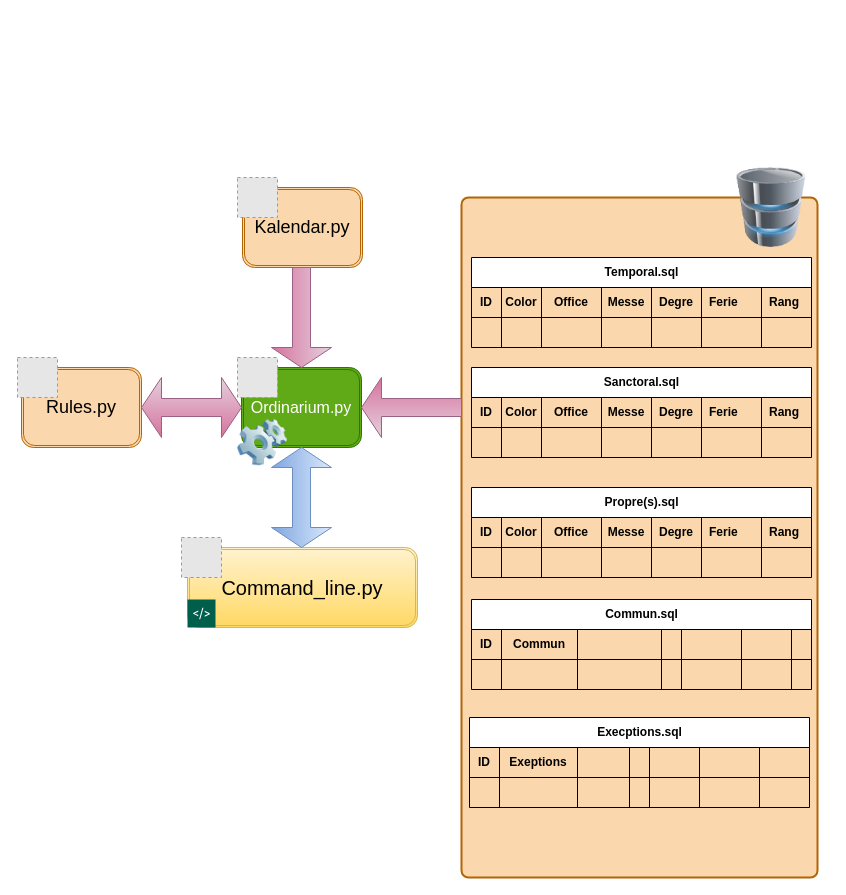
The draw.io diagram diagramme.drawio in Eclouf/OrdoRomanum, before the edit. Source tidied: cells renumbered, new cells numbered last; positions are measured from the earlier drawing's top-left corner, leaving out a move shared by most shapes. Both pictures are drawn from the tidied source at 100%, with x=0, y=0 at pixel (17, 167). Pictures stored in the file or linked from it are replaced by grey dashed boxes.
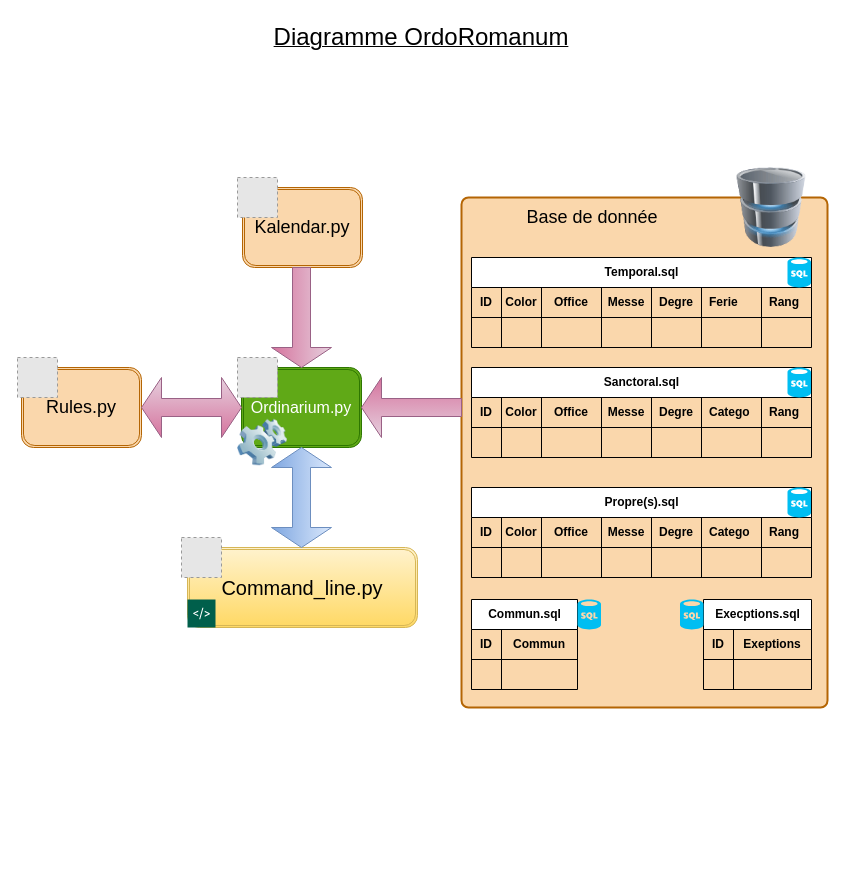
After the change.

The change refers to these unchanged cells:
```xml
<mxCell id="21" style="shape=tableRow;horizontal=0;startSize=0;swimlaneHead=0;swimlaneBody=0;fillColor=none;top=0;left=0;right=0;bottom=1;" parent="20" vertex="1">
  <mxGeometry y="30" width="340" height="30" as="geometry" />
</mxCell>
<mxCell id="38" style="shape=tableRow;horizontal=0;startSize=0;swimlaneHead=0;swimlaneBody=0;fillColor=none;top=0;left=0;right=0;bottom=1;" parent="37" vertex="1">
  <mxGeometry y="30" width="340" height="30" as="geometry" />
</mxCell>
```

What changed in the source:
```diff
@@
     <mxCell id="2" style="rounded=1;whiteSpace=wrap;html=1;absoluteArcSize=1;arcSize=14;strokeWidth=2;fillColor=#fad7ac;strokeColor=#b46504;" parent="1" vertex="1">
-      <mxGeometry x="444" y="30" width="356" height="680" as="geometry" />
+      <mxGeometry x="444" y="30" width="366" height="510" as="geometry" />
     </mxCell>
@@
-    <mxCell id="27" value="Ferie" style="shape=partialRectangle;fillColor=none;top=0;left=0;bottom=0;right=0;align=left;spacingLeft=6;fontStyle=1;overflow=hidden;whiteSpace=wrap;html=1;" parent="21" vertex="1">
+    <mxCell id="27" value="Catego" style="shape=partialRectangle;fillColor=none;top=0;left=0;bottom=0;right=0;align=left;spacingLeft=6;fontStyle=1;overflow=hidden;whiteSpace=wrap;html=1;" parent="21" vertex="1">
       <mxGeometry x="230" width="60" height="30" as="geometry" />
     </mxCell>
@@
-    <mxCell id="44" value="Ferie" style="shape=partialRectangle;fillColor=none;top=0;left=0;bottom=0;right=0;align=left;spacingLeft=6;fontStyle=1;overflow=hidden;whiteSpace=wrap;html=1;" parent="38" vertex="1">
+    <mxCell id="44" value="Catego" style="shape=partialRectangle;fillColor=none;top=0;left=0;bottom=0;right=0;align=left;spacingLeft=6;fontStyle=1;overflow=hidden;whiteSpace=wrap;html=1;" parent="38" vertex="1">
       <mxGeometry x="230" width="60" height="30" as="geometry" />
     </mxCell>
@@
     <mxCell id="68" value="Commun.sql" style="shape=table;startSize=30;childLayout=tableLayout;rowLines=0;fontStyle=1;align=center;html=1;" parent="1" vertex="1">
-      <mxGeometry x="454" y="432" width="340" height="90" as="geometry" />
+      <mxGeometry x="454" y="432" width="106" height="90" as="geometry" />
     </mxCell>
     <mxCell id="69" style="shape=tableRow;horizontal=0;startSize=0;swimlaneHead=0;swimlaneBody=0;fillColor=none;top=0;left=0;right=0;bottom=1;" parent="68" vertex="1">
-      <mxGeometry y="30" width="340" height="30" as="geometry" />
+      <mxGeometry y="30" width="106" height="30" as="geometry" />
     </mxCell>
@@
-    <mxCell id="72" style="shape=partialRectangle;fillColor=none;top=0;left=0;bottom=0;right=0;fontStyle=1;overflow=hidden;whiteSpace=wrap;html=1;" parent="69" vertex="1">
-      <mxGeometry x="106" width="84" height="30" as="geometry" />
-    </mxCell>
-    <mxCell id="73" style="shape=partialRectangle;fillColor=none;top=0;left=0;bottom=0;right=0;fontStyle=1;overflow=hidden;whiteSpace=wrap;html=1;" parent="69" vertex="1">
-      <mxGeometry x="190" width="20" height="30" as="geometry" />
-    </mxCell>
-    <mxCell id="74" style="shape=partialRectangle;fillColor=none;top=0;left=0;bottom=0;right=0;align=left;spacingLeft=6;fontStyle=1;overflow=hidden;whiteSpace=wrap;html=1;" parent="69" vertex="1">
-      <mxGeometry x="210" width="60" height="30" as="geometry" />
-    </mxCell>
-    <mxCell id="75" style="shape=partialRectangle;fillColor=none;top=0;left=0;bottom=0;right=0;align=left;spacingLeft=6;fontStyle=1;overflow=hidden;whiteSpace=wrap;html=1;" parent="69" vertex="1">
-      <mxGeometry x="270" width="50" height="30" as="geometry" />
-    </mxCell>
-    <mxCell id="76" style="shape=partialRectangle;fillColor=none;top=0;left=0;bottom=0;right=0;align=left;spacingLeft=6;fontStyle=1;overflow=hidden;whiteSpace=wrap;html=1;" parent="69" vertex="1">
-      <mxGeometry x="320" width="20" height="30" as="geometry" />
-    </mxCell>
     <mxCell id="77" style="shape=tableRow;horizontal=0;startSize=0;swimlaneHead=0;swimlaneBody=0;fillColor=none;top=0;left=0;right=0;bottom=0;" parent="68" vertex="1">
-      <mxGeometry y="60" width="340" height="30" as="geometry" />
+      <mxGeometry y="60" width="106" height="30" as="geometry" />
     </mxCell>
@@
-    <mxCell id="80" style="shape=partialRectangle;fillColor=none;top=0;left=0;bottom=0;right=0;overflow=hidden;whiteSpace=wrap;html=1;" parent="77" vertex="1">
-      <mxGeometry x="106" width="84" height="30" as="geometry" />
-    </mxCell>
-    <mxCell id="81" style="shape=partialRectangle;fillColor=none;top=0;left=0;bottom=0;right=0;overflow=hidden;whiteSpace=wrap;html=1;" parent="77" vertex="1">
-      <mxGeometry x="190" width="20" height="30" as="geometry" />
-    </mxCell>
-    <mxCell id="82" style="shape=partialRectangle;fillColor=none;top=0;left=0;bottom=0;right=0;align=left;spacingLeft=6;overflow=hidden;whiteSpace=wrap;html=1;" parent="77" vertex="1">
-      <mxGeometry x="210" width="60" height="30" as="geometry" />
-    </mxCell>
-    <mxCell id="83" style="shape=partialRectangle;fillColor=none;top=0;left=0;bottom=0;right=0;align=left;spacingLeft=6;overflow=hidden;whiteSpace=wrap;html=1;" parent="77" vertex="1">
-      <mxGeometry x="270" width="50" height="30" as="geometry" />
-    </mxCell>
-    <mxCell id="84" style="shape=partialRectangle;fillColor=none;top=0;left=0;bottom=0;right=0;align=left;spacingLeft=6;overflow=hidden;whiteSpace=wrap;html=1;" parent="77" vertex="1">
-      <mxGeometry x="320" width="20" height="30" as="geometry" />
-    </mxCell>
     <mxCell id="85" value="Execptions&lt;span style=&quot;background-color: initial;&quot;&gt;.sql&lt;/span&gt;" style="shape=table;startSize=30;childLayout=tableLayout;rowLines=0;fontStyle=1;align=center;html=1;" parent="1" vertex="1">
-      <mxGeometry x="452" y="550" width="340" height="90" as="geometry" />
+      <mxGeometry x="686" y="432" width="108" height="90" as="geometry" />
     </mxCell>
     <mxCell id="86" style="shape=tableRow;horizontal=0;startSize=0;swimlaneHead=0;swimlaneBody=0;fillColor=none;top=0;left=0;right=0;bottom=1;" parent="85" vertex="1">
-      <mxGeometry y="30" width="340" height="30" as="geometry" />
+      <mxGeometry y="30" width="108" height="30" as="geometry" />
     </mxCell>
@@
-    <mxCell id="89" style="shape=partialRectangle;fillColor=none;top=0;left=0;bottom=0;right=0;fontStyle=1;overflow=hidden;whiteSpace=wrap;html=1;" parent="86" vertex="1">
-      <mxGeometry x="108" width="52" height="30" as="geometry" />
-    </mxCell>
-    <mxCell id="90" style="shape=partialRectangle;fillColor=none;top=0;left=0;bottom=0;right=0;fontStyle=1;overflow=hidden;whiteSpace=wrap;html=1;" parent="86" vertex="1">
-      <mxGeometry x="160" width="20" height="30" as="geometry" />
-    </mxCell>
-    <mxCell id="91" style="shape=partialRectangle;fillColor=none;top=0;left=0;bottom=0;right=0;align=left;spacingLeft=6;fontStyle=1;overflow=hidden;whiteSpace=wrap;html=1;" parent="86" vertex="1">
-      <mxGeometry x="180" width="50" height="30" as="geometry" />
-    </mxCell>
-    <mxCell id="92" style="shape=partialRectangle;fillColor=none;top=0;left=0;bottom=0;right=0;align=left;spacingLeft=6;fontStyle=1;overflow=hidden;whiteSpace=wrap;html=1;" parent="86" vertex="1">
-      <mxGeometry x="230" width="60" height="30" as="geometry" />
-    </mxCell>
-    <mxCell id="93" style="shape=partialRectangle;fillColor=none;top=0;left=0;bottom=0;right=0;align=left;spacingLeft=6;fontStyle=1;overflow=hidden;whiteSpace=wrap;html=1;" parent="86" vertex="1">
-      <mxGeometry x="290" width="50" height="30" as="geometry" />
-    </mxCell>
     <mxCell id="94" style="shape=tableRow;horizontal=0;startSize=0;swimlaneHead=0;swimlaneBody=0;fillColor=none;top=0;left=0;right=0;bottom=0;" parent="85" vertex="1">
-      <mxGeometry y="60" width="340" height="30" as="geometry" />
+      <mxGeometry y="60" width="108" height="30" as="geometry" />
     </mxCell>
@@
-    <mxCell id="97" style="shape=partialRectangle;fillColor=none;top=0;left=0;bottom=0;right=0;overflow=hidden;whiteSpace=wrap;html=1;" parent="94" vertex="1">
-      <mxGeometry x="108" width="52" height="30" as="geometry" />
-    </mxCell>
-    <mxCell id="98" style="shape=partialRectangle;fillColor=none;top=0;left=0;bottom=0;right=0;overflow=hidden;whiteSpace=wrap;html=1;" parent="94" vertex="1">
-      <mxGeometry x="160" width="20" height="30" as="geometry" />
-    </mxCell>
-    <mxCell id="99" style="shape=partialRectangle;fillColor=none;top=0;left=0;bottom=0;right=0;align=left;spacingLeft=6;overflow=hidden;whiteSpace=wrap;html=1;" parent="94" vertex="1">
-      <mxGeometry x="180" width="50" height="30" as="geometry" />
-    </mxCell>
-    <mxCell id="100" style="shape=partialRectangle;fillColor=none;top=0;left=0;bottom=0;right=0;align=left;spacingLeft=6;overflow=hidden;whiteSpace=wrap;html=1;" parent="94" vertex="1">
-      <mxGeometry x="230" width="60" height="30" as="geometry" />
-    </mxCell>
-    <mxCell id="101" style="shape=partialRectangle;fillColor=none;top=0;left=0;bottom=0;right=0;align=left;spacingLeft=6;overflow=hidden;whiteSpace=wrap;html=1;" parent="94" vertex="1">
-      <mxGeometry x="290" width="50" height="30" as="geometry" />
-    </mxCell>
@@
+    <mxCell id="103" value="&lt;u&gt;&lt;font style=&quot;font-size: 24px;&quot;&gt;Diagramme OrdoRomanum&lt;/font&gt;&lt;/u&gt;" style="text;html=1;align=center;verticalAlign=middle;whiteSpace=wrap;rounded=0;" parent="1" vertex="1">
+      <mxGeometry x="236" y="-150" width="336" height="40" as="geometry" />
+    </mxCell>
+    <mxCell id="104" style="verticalLabelPosition=bottom;html=1;verticalAlign=top;align=center;strokeColor=none;fillColor=#00BEF2;shape=mxgraph.azure.sql_database;" parent="1" vertex="1">
+      <mxGeometry x="770" y="320" width="23.5" height="30" as="geometry" />
+    </mxCell>
+    <mxCell id="105" style="verticalLabelPosition=bottom;html=1;verticalAlign=top;align=center;strokeColor=none;fillColor=#00BEF2;shape=mxgraph.azure.sql_database;" parent="1" vertex="1">
+      <mxGeometry x="770" y="200" width="23.5" height="30" as="geometry" />
+    </mxCell>
+    <mxCell id="106" style="verticalLabelPosition=bottom;html=1;verticalAlign=top;align=center;strokeColor=none;fillColor=#00BEF2;shape=mxgraph.azure.sql_database;" parent="1" vertex="1">
+      <mxGeometry x="560" y="432" width="23.5" height="30" as="geometry" />
+    </mxCell>
+    <mxCell id="107" style="verticalLabelPosition=bottom;html=1;verticalAlign=top;align=center;strokeColor=none;fillColor=#00BEF2;shape=mxgraph.azure.sql_database;" parent="1" vertex="1">
+      <mxGeometry x="662.5" y="432" width="23.5" height="30" as="geometry" />
+    </mxCell>
+    <mxCell id="108" style="verticalLabelPosition=bottom;html=1;verticalAlign=top;align=center;strokeColor=none;fillColor=#00BEF2;shape=mxgraph.azure.sql_database;" parent="1" vertex="1">
+      <mxGeometry x="770" y="90" width="23.5" height="30" as="geometry" />
+    </mxCell>
+    <mxCell id="109" value="&lt;font style=&quot;font-size: 18px;&quot;&gt;Base de donnée&lt;/font&gt;" style="text;html=1;align=center;verticalAlign=middle;whiteSpace=wrap;rounded=0;" parent="1" vertex="1">
+      <mxGeometry x="490" y="40" width="170" height="20" as="geometry" />
+    </mxCell>
```
